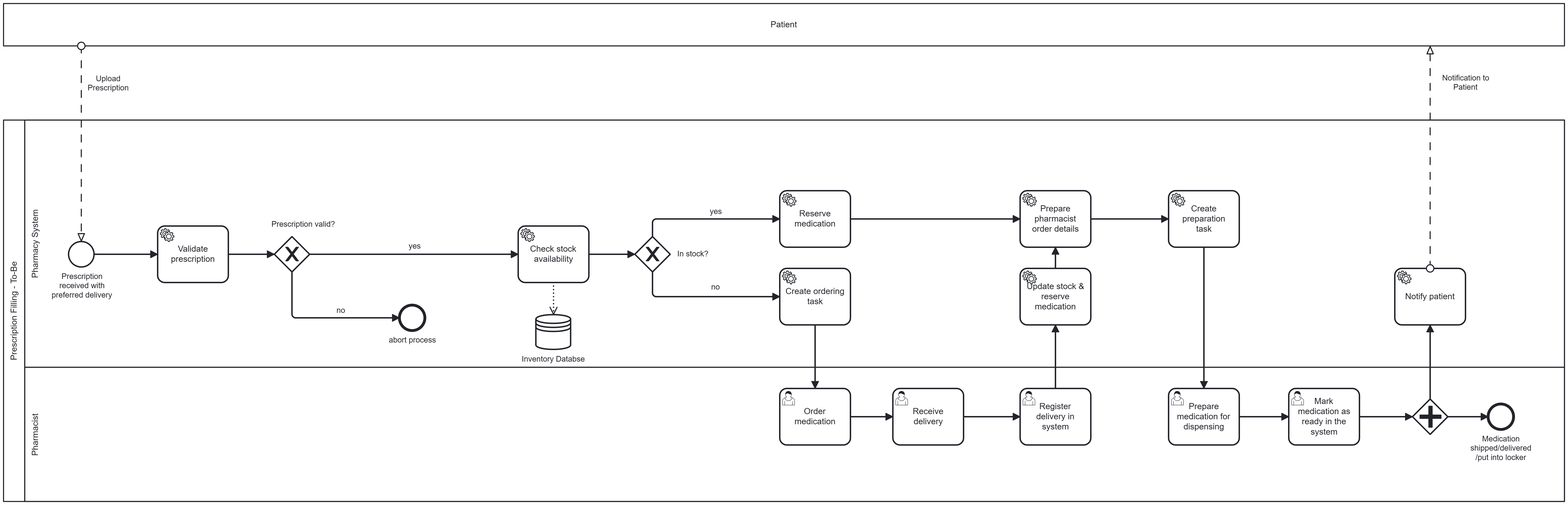
Before: image/Prescription_Filling_TO_BE.png, a diagram exported from BPMN (DigiBP/AS25_Lotschberger). Its source is kept beside it as bpmn/Prescription_Filling_TO_BE.bpmn. Ids are renumbered.
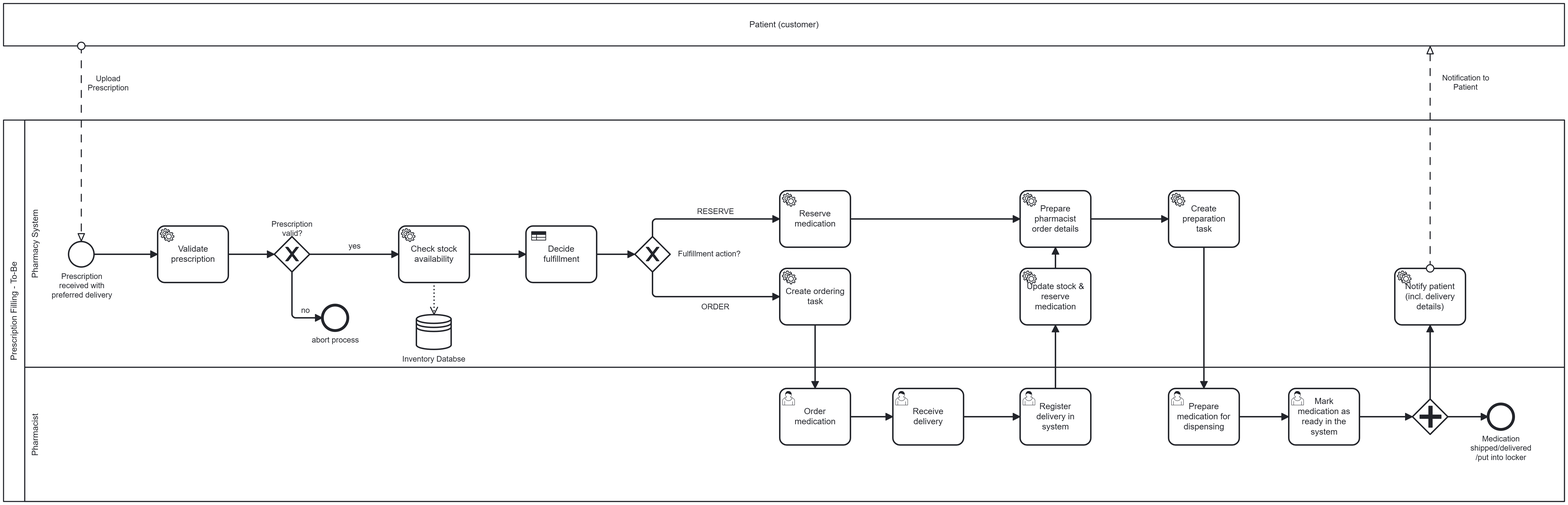
Above is the later version.

Commit message:
feat: Update BPMN and UI components for improved patient notification and delivery handling

What changed in the source:
```diff
@@ -131,7 +131,7 @@
     <bpmn:sequenceFlow id="Flow_n46" sourceRef="Activity_n28" targetRef="Activity_n27" />
     <bpmn:sequenceFlow id="Flow_n47" sourceRef="Gateway_n29" targetRef="Event_n30" />
     <bpmn:sequenceFlow id="Flow_n48" sourceRef="Gateway_n29" targetRef="Activity_n9" />
-    <bpmn:serviceTask id="Activity_n9" name="Notify patient">
+    <bpmn:serviceTask id="Activity_n9" name="Notify patient (incl. delivery details)">
       <bpmn:extensionElements>
         <camunda:connector>
           <camunda:inputOutput>
@@ -139,8 +139,14 @@
             <camunda:inputParameter name="method">POST</camunda:inputParameter>
             <camunda:inputParameter name="payload">{
   "patientEmail": "${patientEmail}",
-  "preferredDelivery": "${preferredDelivery}"
+  "patientName": "${patientName}",
+  "preferredDelivery": "${preferredDelivery}",
+  "orderId": "${orderId}",
+ "message": "Your medication is ready to pick up.",
+  "lockerId": "${lockerId}",
+  "lockerCode": "${lockerCode}"
 }</camunda:inputParameter>
+            <camunda:inputParameter name="headers.Content-Type">application/json</camunda:inputParameter>
           </camunda:inputOutput>
           <camunda:connectorId>http-connector</camunda:connectorId>
         </camunda:connector>
@@ -183,12 +189,12 @@
         <dc:Bounds x="151" y="205" width="2208" height="540" />
         <bpmndi:BPMNLabel />
       </bpmndi:BPMNShape>
+      <bpmndi:BPMNShape id="Lane_n23_di" bpmnElement="Lane_n23" isHorizontal="true">
+        <dc:Bounds x="181" y="555" width="2178" height="190" />
+        <bpmndi:BPMNLabel />
+      </bpmndi:BPMNShape>
       <bpmndi:BPMNShape id="Lane_n11_di" bpmnElement="Lane_n11" isHorizontal="true">
         <dc:Bounds x="181" y="205" width="2178" height="350" />
-        <bpmndi:BPMNLabel />
-      </bpmndi:BPMNShape>
-      <bpmndi:BPMNShape id="Lane_n23_di" bpmnElement="Lane_n23" isHorizontal="true">
-        <dc:Bounds x="181" y="555" width="2178" height="190" />
         <bpmndi:BPMNLabel />
       </bpmndi:BPMNShape>
       <bpmndi:BPMNShape id="Gateway_n12_di" bpmnElement="Gateway_n12" isMarkerVisible="true">
@@ -227,12 +233,6 @@
         <dc:Bounds x="1249" y="305" width="100" height="80" />
         <bpmndi:BPMNLabel />
       </bpmndi:BPMNShape>
-      <bpmndi:BPMNShape id="Gateway_n19_di" bpmnElement="Gateway_n19" isMarkerVisible="true">
-        <dc:Bounds x="1044" y="370" width="50" height="50" />
-        <bpmndi:BPMNLabel>
-          <dc:Bounds x="1105" y="388" width="89" height="14" />
-        </bpmndi:BPMNLabel>
-      </bpmndi:BPMNShape>
       <bpmndi:BPMNShape id="Activity_0uw725h_di" bpmnElement="Activity_n24">
         <dc:Bounds x="1799" y="585" width="100" height="80" />
       </bpmndi:BPMNShape>
@@ -260,6 +260,12 @@
       <bpmndi:BPMNShape id="Activity_18d5q82_di" bpmnElement="Activity_n9">
         <dc:Bounds x="2119" y="415" width="100" height="80" />
         <bpmndi:BPMNLabel />
+      </bpmndi:BPMNShape>
+      <bpmndi:BPMNShape id="Gateway_n19_di" bpmnElement="Gateway_n19" isMarkerVisible="true">
+        <dc:Bounds x="1044" y="370" width="50" height="50" />
+        <bpmndi:BPMNLabel>
+          <dc:Bounds x="1105" y="388" width="89" height="14" />
+        </bpmndi:BPMNLabel>
       </bpmndi:BPMNShape>
       <bpmndi:BPMNShape id="Event_n20_di" bpmnElement="Event_n20">
         <dc:Bounds x="602" y="467" width="36" height="36" />
@@ -324,25 +330,9 @@
         <di:waypoint x="1849" y="385" />
         <di:waypoint x="1849" y="585" />
       </bpmndi:BPMNEdge>
-      <bpmndi:BPMNEdge id="Flow_n40_di" bpmnElement="Flow_n40">
-        <di:waypoint x="1069" y="420" />
-        <di:waypoint x="1069" y="455" />
-        <di:waypoint x="1249" y="455" />
-        <bpmndi:BPMNLabel>
-          <dc:Bounds x="1138" y="463" width="41" height="14" />
-        </bpmndi:BPMNLabel>
-      </bpmndi:BPMNEdge>
       <bpmndi:BPMNEdge id="Flow_n41_di" bpmnElement="Flow_n41">
         <di:waypoint x="1299" y="495" />
         <di:waypoint x="1299" y="585" />
-      </bpmndi:BPMNEdge>
-      <bpmndi:BPMNEdge id="Flow_n42_di" bpmnElement="Flow_n42">
-        <di:waypoint x="1069" y="370" />
-        <di:waypoint x="1069" y="345" />
-        <di:waypoint x="1249" y="345" />
-        <bpmndi:BPMNLabel>
-          <dc:Bounds x="1132" y="328" width="53" height="14" />
-        </bpmndi:BPMNLabel>
       </bpmndi:BPMNEdge>
       <bpmndi:BPMNEdge id="Flow_n43_di" bpmnElement="Flow_n43">
         <di:waypoint x="1899" y="625" />
@@ -372,6 +362,22 @@
         <di:waypoint x="810" y="395" />
         <di:waypoint x="890" y="395" />
       </bpmndi:BPMNEdge>
+      <bpmndi:BPMNEdge id="Flow_n40_di" bpmnElement="Flow_n40">
+        <di:waypoint x="1069" y="420" />
+        <di:waypoint x="1069" y="455" />
+        <di:waypoint x="1249" y="455" />
+        <bpmndi:BPMNLabel>
+          <dc:Bounds x="1138" y="463" width="41" height="14" />
+        </bpmndi:BPMNLabel>
+      </bpmndi:BPMNEdge>
+      <bpmndi:BPMNEdge id="Flow_n42_di" bpmnElement="Flow_n42">
+        <di:waypoint x="1069" y="370" />
+        <di:waypoint x="1069" y="345" />
+        <di:waypoint x="1249" y="345" />
+        <bpmndi:BPMNLabel>
+          <dc:Bounds x="1132" y="328" width="53" height="14" />
+        </bpmndi:BPMNLabel>
+      </bpmndi:BPMNEdge>
       <bpmndi:BPMNEdge id="Flow_n50_di" bpmnElement="Flow_n50">
         <di:waypoint x="990" y="395" />
         <di:waypoint x="1044" y="395" />
@@ -380,6 +386,10 @@
         <dc:Bounds x="151" y="40" width="2208" height="60" />
         <bpmndi:BPMNLabel />
       </bpmndi:BPMNShape>
+      <bpmndi:BPMNEdge id="DataOutputAssociation_n51_di" bpmnElement="DataOutputAssociation_n51">
+        <di:waypoint x="760" y="435" />
+        <di:waypoint x="760" y="480" />
+      </bpmndi:BPMNEdge>
       <bpmndi:BPMNEdge id="Flow_n6_di" bpmnElement="Flow_n6">
         <di:waypoint x="261" y="100" />
         <di:waypoint x="261" y="377" />
@@ -394,10 +404,6 @@
           <dc:Bounds x="2186" y="139" width="67" height="27" />
         </bpmndi:BPMNLabel>
       </bpmndi:BPMNEdge>
-      <bpmndi:BPMNEdge id="DataOutputAssociation_n51_di" bpmnElement="DataOutputAssociation_n51">
-        <di:waypoint x="760" y="435" />
-        <di:waypoint x="760" y="480" />
-      </bpmndi:BPMNEdge>
     </bpmndi:BPMNPlane>
   </bpmndi:BPMNDiagram>
 </bpmn:definitions>
```
